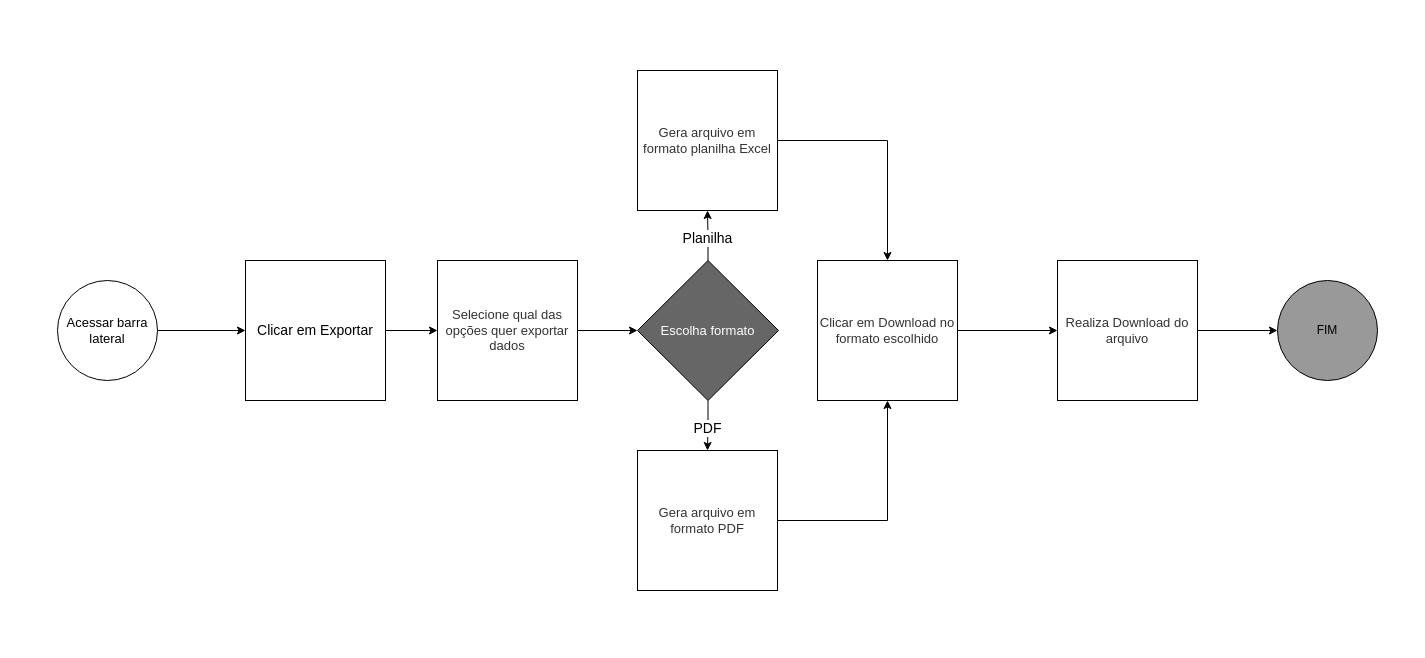
Earlier version of the draw.io diagram page "Exportar-Funcionário" (3 of 4) of fluxogramas/YS-Fluxo.drawio (eothigas/YS_Storage). Source tidied: cells renumbered, new cells numbered last; positions are measured from the earlier drawing's top-left corner, leaving out a move shared by most shapes. Both pictures are drawn from the tidied source at 100%, with x=0, y=0 at pixel (57, 70).
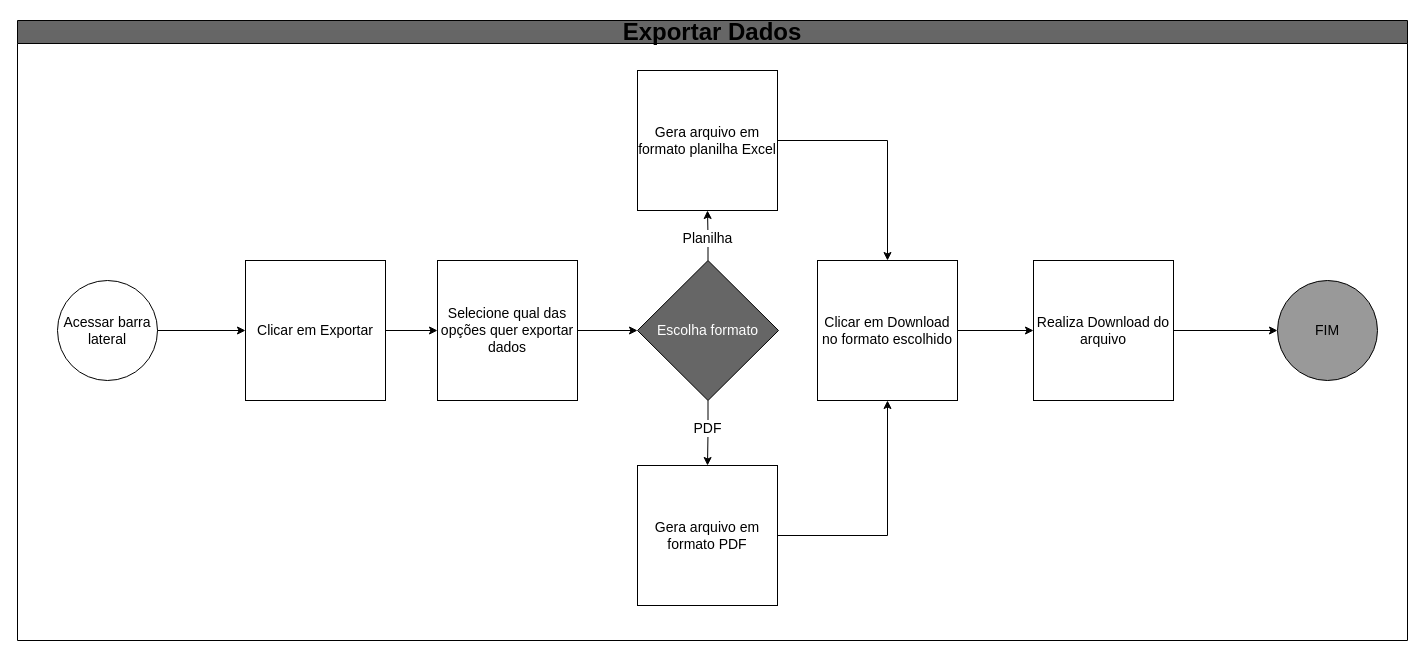
After the change.

The edit, as a diff of the source:
```diff
@@
-    <mxCell id="3" value="&lt;span style=&quot;font-size: 13px;&quot;&gt;Acessar barra lateral&lt;/span&gt;" style="ellipse;whiteSpace=wrap;html=1;fillColor=none;" parent="1" vertex="1">
+    <mxCell id="3" value="&lt;font style=&quot;font-size: 14px;&quot;&gt;Acessar barra lateral&lt;/font&gt;" style="ellipse;whiteSpace=wrap;html=1;fillColor=none;" parent="1" vertex="1">
       <mxGeometry y="210" width="100" height="100" as="geometry" />
     </mxCell>
@@
-    <mxCell id="5" value="&lt;span style=&quot;font-size: 14px;&quot;&gt;Clicar em Exportar&lt;/span&gt;" style="whiteSpace=wrap;html=1;" parent="1" vertex="1">
+    <mxCell id="5" value="&lt;font style=&quot;font-size: 14px;&quot;&gt;Clicar em Exportar&lt;/font&gt;" style="whiteSpace=wrap;html=1;" parent="1" vertex="1">
       <mxGeometry x="188" y="190" width="140" height="140" as="geometry" />
     </mxCell>
@@
-    <mxCell id="7" value="&lt;span style=&quot;color: rgb(51, 51, 51); font-size: 13px;&quot;&gt;Selecione qual das opções quer exportar dados&lt;/span&gt;" style="whiteSpace=wrap;html=1;" parent="1" vertex="1">
+    <mxCell id="7" value="&lt;font style=&quot;font-size: 14px;&quot;&gt;Selecione qual das opções quer exportar dados&lt;/font&gt;" style="whiteSpace=wrap;html=1;" parent="1" vertex="1">
       <mxGeometry x="380" y="190" width="140" height="140" as="geometry" />
     </mxCell>
@@
-    <mxCell id="10" value="&lt;span style=&quot;color: rgb(255, 255, 255); font-size: 13px;&quot;&gt;Escolha formato&lt;/span&gt;" style="rhombus;whiteSpace=wrap;html=1;fillColor=#666666;" parent="1" vertex="1">
+    <mxCell id="10" value="&lt;span style=&quot;color: rgb(255, 255, 255);&quot;&gt;&lt;font style=&quot;font-size: 14px;&quot;&gt;Escolha formato&lt;/font&gt;&lt;/span&gt;" style="rhombus;whiteSpace=wrap;html=1;fillColor=#666666;" parent="1" vertex="1">
       <mxGeometry x="580" y="190" width="141" height="140" as="geometry" />
     </mxCell>
@@
-    <mxCell id="12" value="&lt;span style=&quot;color: rgb(51, 51, 51); font-size: 13px;&quot;&gt;Gera arquivo em formato planilha Excel&lt;/span&gt;" style="whiteSpace=wrap;html=1;" parent="1" vertex="1">
+    <mxCell id="12" value="&lt;font style=&quot;font-size: 14px;&quot;&gt;Gera arquivo em formato planilha Excel&lt;/font&gt;" style="whiteSpace=wrap;html=1;" parent="1" vertex="1">
       <mxGeometry x="580" width="140" height="140" as="geometry" />
     </mxCell>
@@
-    <mxCell id="14" value="&lt;span style=&quot;color: rgb(51, 51, 51); font-size: 13px;&quot;&gt;Gera arquivo em formato PDF&lt;/span&gt;" style="whiteSpace=wrap;html=1;" parent="1" vertex="1">
-      <mxGeometry x="580" y="380" width="140" height="140" as="geometry" />
+    <mxCell id="14" value="&lt;font style=&quot;font-size: 14px;&quot;&gt;Gera arquivo em formato PDF&lt;/font&gt;" style="whiteSpace=wrap;html=1;" parent="1" vertex="1">
+      <mxGeometry x="580" y="395" width="140" height="140" as="geometry" />
     </mxCell>
@@
-    <mxCell id="17" value="FIM" style="ellipse;whiteSpace=wrap;html=1;fillColor=#999999;" parent="1" vertex="1">
+    <mxCell id="17" value="&lt;font style=&quot;font-size: 14px;&quot;&gt;FIM&lt;/font&gt;" style="ellipse;whiteSpace=wrap;html=1;fillColor=#999999;" parent="1" vertex="1">
       <mxGeometry x="1220" y="210" width="100" height="100" as="geometry" />
     </mxCell>
@@
-    <mxCell id="19" value="&lt;span style=&quot;color: rgb(51, 51, 51); font-size: 13px;&quot;&gt;Clicar em Download no formato escolhido&lt;/span&gt;" style="whiteSpace=wrap;html=1;" parent="1" vertex="1">
+    <mxCell id="19" value="&lt;font style=&quot;font-size: 14px;&quot;&gt;Clicar em Download no formato escolhido&lt;/font&gt;" style="whiteSpace=wrap;html=1;" parent="1" vertex="1">
       <mxGeometry x="760" y="190" width="140" height="140" as="geometry" />
     </mxCell>
@@
-    <mxCell id="21" value="&lt;font color=&quot;#333333&quot;&gt;&lt;span style=&quot;font-size: 13px;&quot;&gt;Realiza Download do arquivo&lt;/span&gt;&lt;/font&gt;" style="whiteSpace=wrap;html=1;" parent="1" vertex="1">
-      <mxGeometry x="1000" y="190" width="140" height="140" as="geometry" />
+    <mxCell id="21" value="&lt;font style=&quot;font-size: 14px;&quot;&gt;Realiza Download do arquivo&lt;/font&gt;" style="whiteSpace=wrap;html=1;" parent="1" vertex="1">
+      <mxGeometry x="976" y="190" width="140" height="140" as="geometry" />
     </mxCell>
+    <mxCell id="22" value="&lt;font style=&quot;font-size: 24px;&quot;&gt;Exportar Dados&lt;/font&gt;" style="swimlane;whiteSpace=wrap;html=1;fillColor=#666666;" parent="1" vertex="1">
+      <mxGeometry x="-40" y="-50" width="1390" height="620" as="geometry" />
+    </mxCell>
```
